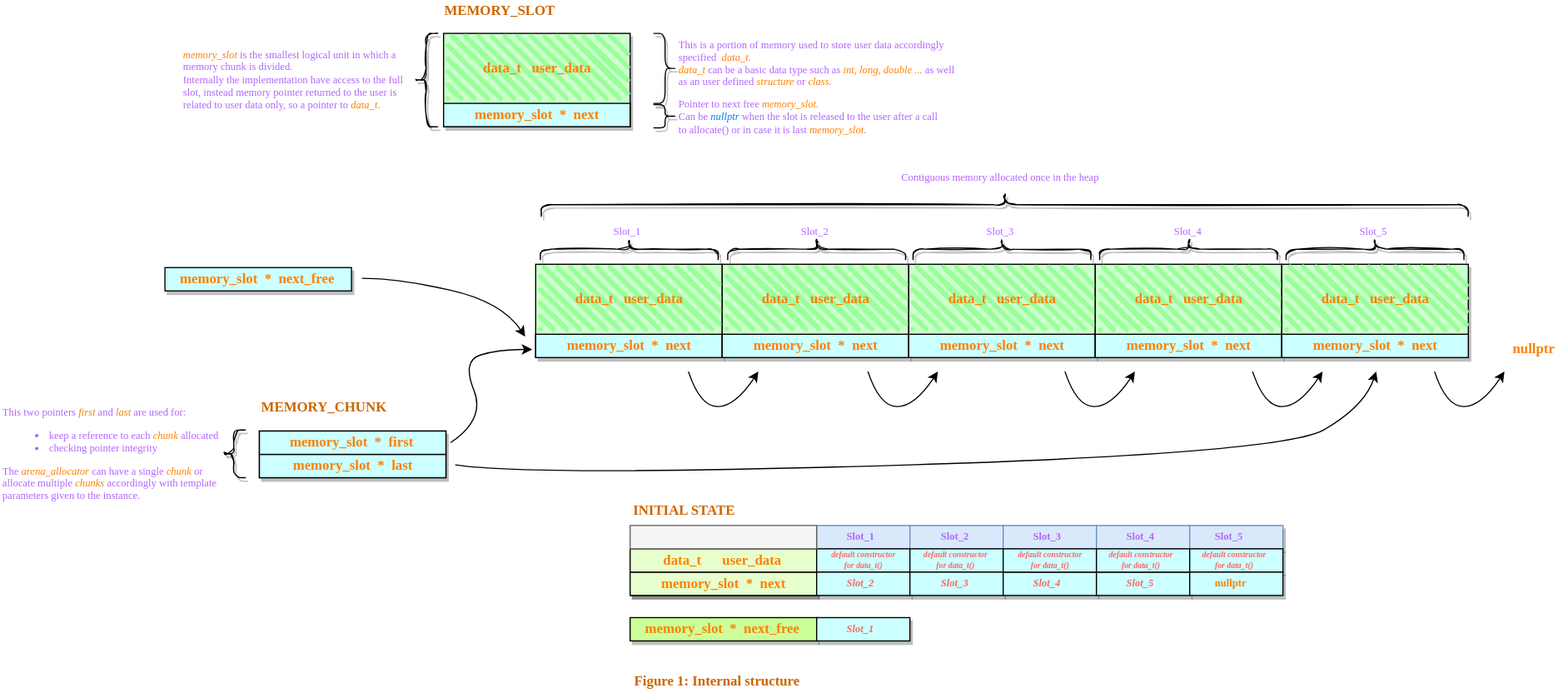
Earlier version of the draw.io export .resources/arena_allocator_initial.svg (fe-dagostino/lock-free). Source tidied: cells renumbered, new cells last; positions are measured from the earlier drawing's top-left corner, leaving out a move shared by most shapes.
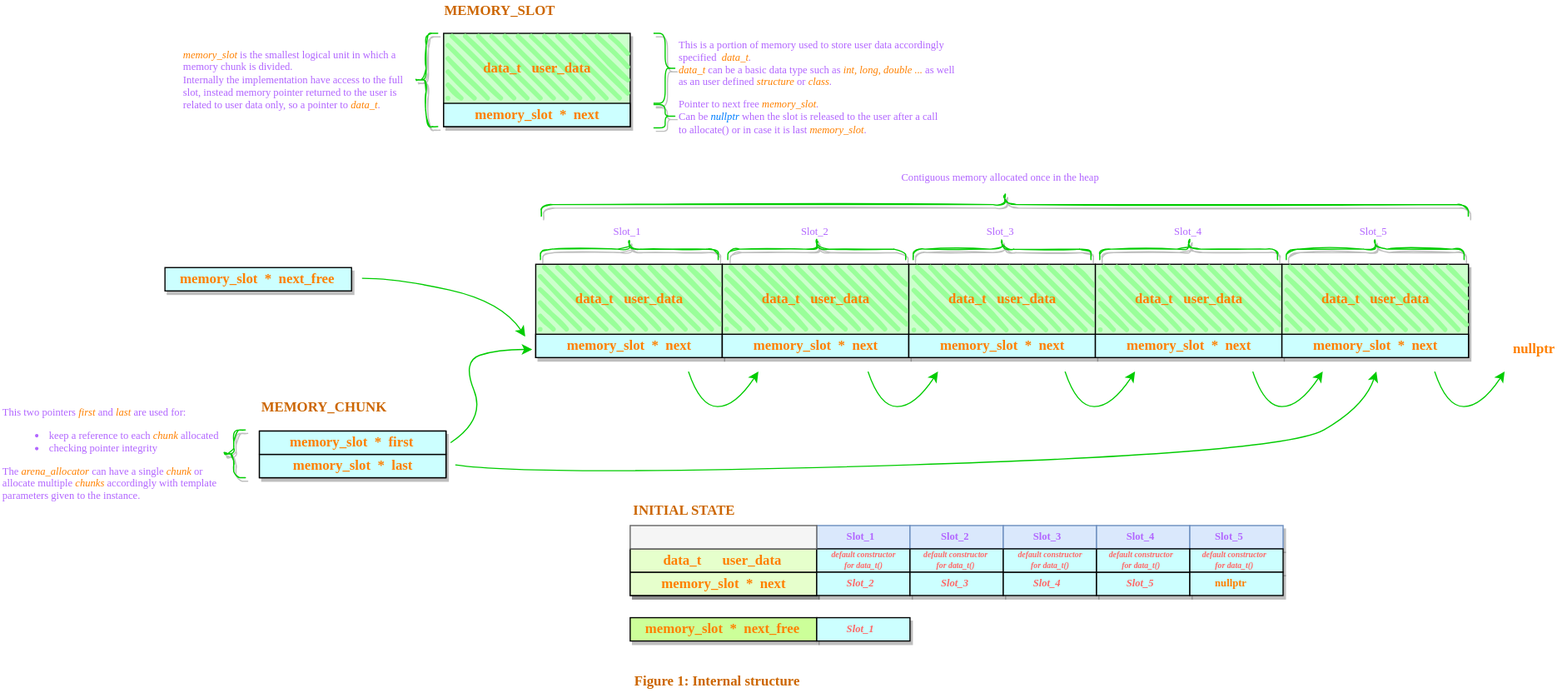
After the commit.

Commit message:
updated line color.

Change to the diagram source:
```diff
@@ -1,4 +1,4 @@
-<mxGraphModel>
+<mxGraphModel background="#4D4D4D">
   <root>
     <mxCell id="0" />
     <mxCell id="1" parent="0" />
@@ -20,16 +20,16 @@
     <mxCell id="7" value="data_t&amp;nbsp; &amp;nbsp;user_data" style="text;html=1;align=center;verticalAlign=middle;fillColor=none;strokeColor=none;rounded=0;shadow=1;glass=0;sketch=0;fontSize=12;fontColor=#FF8000;fontFamily=Verdana;fontStyle=1;" parent="1" vertex="1">
       <mxGeometry x="405" y="270.8" width="110" height="20" as="geometry" />
     </mxCell>
-    <mxCell id="8" style="shape=curlyBracket;whiteSpace=wrap;html=1;rounded=1;flipH=1;shadow=1;glass=0;labelBackgroundColor=none;sketch=0;fontFamily=Verdana;fontSize=12;fontColor=#FF8000;strokeWidth=1;fillColor=#CCFFFF;" parent="1" vertex="1">
+    <mxCell id="8" style="shape=curlyBracket;whiteSpace=wrap;html=1;rounded=1;flipH=1;shadow=1;glass=0;labelBackgroundColor=none;sketch=0;fontFamily=Verdana;fontSize=12;fontColor=#FF8000;strokeWidth=1;fillColor=#CCFFFF;strokeColor=#00CC00;" parent="1" vertex="1">
       <mxGeometry x="560" y="251" width="20" height="60" as="geometry" />
     </mxCell>
-    <mxCell id="9" style="shape=curlyBracket;whiteSpace=wrap;html=1;rounded=1;flipH=1;shadow=1;glass=0;labelBackgroundColor=none;sketch=0;fontFamily=Verdana;fontSize=12;fontColor=#FF8000;strokeWidth=1;fillColor=#CCFFFF;" parent="1" vertex="1">
+    <mxCell id="9" style="shape=curlyBracket;whiteSpace=wrap;html=1;rounded=1;flipH=1;shadow=1;glass=0;labelBackgroundColor=none;sketch=0;fontFamily=Verdana;fontSize=12;fontColor=#FF8000;strokeWidth=1;fillColor=#CCFFFF;strokeColor=#00CC00;" parent="1" vertex="1">
       <mxGeometry x="560" y="312" width="20" height="20" as="geometry" />
     </mxCell>
     <mxCell id="10" value="Pointer to next free &lt;font style=&quot;font-style: italic;&quot; color=&quot;#ff8000&quot;&gt;memory_slot&lt;/font&gt;&lt;i&gt;. &lt;/i&gt;&lt;br&gt;&lt;div style=&quot;&quot;&gt;&lt;span style=&quot;background-color: initial;&quot;&gt;Can be&lt;/span&gt;&lt;span style=&quot;background-color: initial;&quot;&gt;&amp;nbsp;&lt;font color=&quot;#007fff&quot;&gt;&lt;i&gt;nullptr&lt;/i&gt;&lt;/font&gt; when the slot is released to the user after a&amp;nbsp;&lt;/span&gt;&lt;span style=&quot;background-color: initial;&quot;&gt;call&amp;nbsp;&lt;/span&gt;&lt;/div&gt;&lt;div style=&quot;&quot;&gt;&lt;span style=&quot;background-color: initial;&quot;&gt;to allocate() or in case it is last &lt;/span&gt;&lt;i style=&quot;background-color: initial;&quot;&gt;&lt;font color=&quot;#ff8000&quot;&gt;memory_slot&lt;/font&gt;&lt;/i&gt;&lt;span style=&quot;background-color: initial;&quot;&gt;.&lt;/span&gt;&lt;/div&gt;" style="text;html=1;align=left;verticalAlign=middle;fillColor=none;strokeColor=none;rounded=0;shadow=1;glass=0;labelBackgroundColor=none;sketch=1;fontFamily=Verdana;fontSize=9;fontColor=#B266FF;" parent="1" vertex="1">
       <mxGeometry x="580" y="302.8" width="240" height="40" as="geometry" />
     </mxCell>
-    <mxCell id="11" style="shape=curlyBracket;whiteSpace=wrap;html=1;rounded=1;shadow=1;glass=0;labelBackgroundColor=none;sketch=1;fontFamily=Verdana;fontSize=9;fontColor=#FF8000;strokeWidth=1;fillColor=#99FF99;" parent="1" vertex="1">
+    <mxCell id="11" style="shape=curlyBracket;whiteSpace=wrap;html=1;rounded=1;shadow=1;glass=0;labelBackgroundColor=none;sketch=1;fontFamily=Verdana;fontSize=9;fontColor=#FF8000;strokeWidth=1;fillColor=#99FF99;strokeColor=#00CC00;" parent="1" vertex="1">
       <mxGeometry x="355" y="251" width="20" height="80" as="geometry" />
     </mxCell>
     <mxCell id="12" value="This is a portion of memory used to store user data accordingly &lt;br&gt;specified&amp;nbsp; &lt;font style=&quot;font-style: italic;&quot; color=&quot;#ff8000&quot;&gt;data_t&lt;/font&gt;&lt;i&gt;. &lt;/i&gt;&lt;br&gt;&lt;span style=&quot;color: rgb(255, 128, 0); font-style: italic;&quot;&gt;data_t&amp;nbsp;&lt;/span&gt;&lt;span style=&quot;background-color: initial;&quot;&gt;can be a basic data type such as &lt;font color=&quot;#ff8000&quot;&gt;&lt;i&gt;int, long, double ...&lt;/i&gt;&lt;/font&gt; as well &lt;br&gt;as an user defined &lt;/span&gt;&lt;i style=&quot;background-color: initial;&quot;&gt;&lt;font color=&quot;#ff8000&quot;&gt;structure&lt;/font&gt;&lt;/i&gt;&lt;span style=&quot;background-color: initial;&quot;&gt;&amp;nbsp;&lt;/span&gt;&lt;span style=&quot;background-color: initial;&quot;&gt;or &lt;i&gt;&lt;font color=&quot;#ff8000&quot;&gt;class&lt;/font&gt;&lt;/i&gt;&lt;/span&gt;&lt;span style=&quot;background-color: initial;&quot;&gt;.&lt;/span&gt;&lt;span style=&quot;background-color: initial;&quot;&gt;&lt;br&gt;&lt;/span&gt;" style="text;html=1;align=left;verticalAlign=middle;fillColor=none;strokeColor=none;rounded=0;shadow=1;glass=0;labelBackgroundColor=none;sketch=1;fontFamily=Verdana;fontSize=9;fontColor=#B266FF;" parent="1" vertex="1">
@@ -113,7 +113,7 @@
     <mxCell id="38" value="data_t&amp;nbsp; &amp;nbsp;user_data" style="text;html=1;align=center;verticalAlign=middle;fillColor=none;strokeColor=none;rounded=0;shadow=1;glass=0;sketch=0;fontSize=12;fontColor=#FF8000;fontFamily=Verdana;fontStyle=1;" parent="1" vertex="1">
       <mxGeometry x="1124" y="468.8" width="110" height="20" as="geometry" />
     </mxCell>
-    <mxCell id="39" style="shape=curlyBracket;whiteSpace=wrap;html=1;rounded=1;shadow=1;glass=0;labelBackgroundColor=none;sketch=1;fontFamily=Verdana;fontSize=9;fontColor=#FF8000;strokeWidth=1;fillColor=#99FF99;rotation=90;" parent="1" vertex="1">
+    <mxCell id="39" style="shape=curlyBracket;whiteSpace=wrap;html=1;rounded=1;shadow=1;glass=0;labelBackgroundColor=none;sketch=1;fontFamily=Verdana;fontSize=9;fontColor=#FF8000;strokeWidth=1;fillColor=#99FF99;rotation=90;strokeColor=#00CC00;" parent="1" vertex="1">
       <mxGeometry x="851.3" y="0.3" width="20" height="795.1" as="geometry" />
     </mxCell>
     <mxCell id="40" style="rounded=0;whiteSpace=wrap;html=1;sketch=0;shadow=1;labelBackgroundColor=#00FF80;fillColor=#CCFFCC;" parent="1" vertex="1">
@@ -134,7 +134,7 @@
     <mxCell id="45" value="memory_slot&amp;nbsp; *&amp;nbsp; first" style="text;html=1;align=center;verticalAlign=middle;fillColor=none;strokeColor=none;rounded=0;shadow=1;glass=0;sketch=0;fontSize=12;fontColor=#FF8000;fontFamily=Verdana;fontStyle=1;" parent="1" vertex="1">
       <mxGeometry x="241" y="592" width="120" height="20" as="geometry" />
     </mxCell>
-    <mxCell id="46" style="curved=1;endArrow=classic;html=1;rounded=0;fontFamily=Verdana;fontSize=9;fontColor=#FF8000;" parent="1" edge="1">
+    <mxCell id="46" style="curved=1;endArrow=classic;html=1;rounded=0;fontFamily=Verdana;fontSize=9;fontColor=#FF8000;strokeColor=#00CC00;" parent="1" edge="1">
       <mxGeometry relative="1" as="geometry">
         <mxPoint x="386" y="602" as="sourcePoint" />
         <mxPoint x="456" y="522" as="targetPoint" />
@@ -145,7 +145,7 @@
         </Array>
       </mxGeometry>
     </mxCell>
-    <mxCell id="47" style="curved=1;endArrow=classic;html=1;rounded=0;fontFamily=Verdana;fontSize=9;fontColor=#FF8000;" parent="1" edge="1">
+    <mxCell id="47" style="curved=1;endArrow=classic;html=1;rounded=0;fontFamily=Verdana;fontSize=9;fontColor=#FF8000;strokeColor=#00CC00;" parent="1" edge="1">
       <mxGeometry relative="1" as="geometry">
         <mxPoint x="390" y="621" as="sourcePoint" />
         <mxPoint x="1180" y="541" as="targetPoint" />
@@ -165,7 +165,7 @@
     <mxCell id="50" value="memory_slot&amp;nbsp; *&amp;nbsp; next_free" style="text;html=1;align=center;verticalAlign=middle;fillColor=none;strokeColor=none;rounded=0;shadow=1;glass=0;sketch=0;fontSize=12;fontColor=#FF8000;fontFamily=Verdana;fontStyle=1;" parent="1" vertex="1">
       <mxGeometry x="145" y="451.8" width="150" height="20" as="geometry" />
     </mxCell>
-    <mxCell id="51" style="curved=1;endArrow=classic;html=1;rounded=0;fontFamily=Verdana;fontSize=9;fontColor=#FF8000;" parent="1" edge="1">
+    <mxCell id="51" style="curved=1;endArrow=classic;html=1;rounded=0;fontFamily=Verdana;fontSize=9;fontColor=#FF8000;strokeColor=#00CC00;" parent="1" edge="1">
       <mxGeometry relative="1" as="geometry">
         <mxPoint x="310" y="461" as="sourcePoint" />
         <mxPoint x="450" y="511" as="targetPoint" />
@@ -175,19 +175,19 @@
         </Array>
       </mxGeometry>
     </mxCell>
-    <mxCell id="52" style="shape=curlyBracket;whiteSpace=wrap;html=1;rounded=1;shadow=1;glass=0;labelBackgroundColor=none;sketch=1;fontFamily=Verdana;fontSize=9;fontColor=#FF8000;strokeWidth=1;fillColor=#99FF99;rotation=90;" parent="1" vertex="1">
+    <mxCell id="52" style="shape=curlyBracket;whiteSpace=wrap;html=1;rounded=1;shadow=1;glass=0;labelBackgroundColor=none;sketch=1;fontFamily=Verdana;fontSize=9;fontColor=#FF8000;strokeWidth=1;fillColor=#99FF99;rotation=90;strokeColor=#00CC00;" parent="1" vertex="1">
       <mxGeometry x="530.2" y="359.8" width="18" height="152.5" as="geometry" />
     </mxCell>
-    <mxCell id="53" style="shape=curlyBracket;whiteSpace=wrap;html=1;rounded=1;shadow=1;glass=0;labelBackgroundColor=none;sketch=1;fontFamily=Verdana;fontSize=9;fontColor=#FF8000;strokeWidth=1;fillColor=#99FF99;rotation=90;" parent="1" vertex="1">
+    <mxCell id="53" style="shape=curlyBracket;whiteSpace=wrap;html=1;rounded=1;shadow=1;glass=0;labelBackgroundColor=none;sketch=1;fontFamily=Verdana;fontSize=9;fontColor=#FF8000;strokeWidth=1;fillColor=#99FF99;rotation=90;strokeColor=#00CC00;" parent="1" vertex="1">
       <mxGeometry x="691" y="359.8" width="18" height="152.5" as="geometry" />
     </mxCell>
-    <mxCell id="54" style="shape=curlyBracket;whiteSpace=wrap;html=1;rounded=1;shadow=1;glass=0;labelBackgroundColor=none;sketch=1;fontFamily=Verdana;fontSize=9;fontColor=#FF8000;strokeWidth=1;fillColor=#99FF99;rotation=90;" parent="1" vertex="1">
+    <mxCell id="54" style="shape=curlyBracket;whiteSpace=wrap;html=1;rounded=1;shadow=1;glass=0;labelBackgroundColor=none;sketch=1;fontFamily=Verdana;fontSize=9;fontColor=#FF8000;strokeWidth=1;fillColor=#99FF99;rotation=90;strokeColor=#00CC00;" parent="1" vertex="1">
       <mxGeometry x="850" y="359.8" width="18" height="152.5" as="geometry" />
     </mxCell>
-    <mxCell id="55" style="shape=curlyBracket;whiteSpace=wrap;html=1;rounded=1;shadow=1;glass=0;labelBackgroundColor=none;sketch=1;fontFamily=Verdana;fontSize=9;fontColor=#FF8000;strokeWidth=1;fillColor=#99FF99;rotation=90;" parent="1" vertex="1">
+    <mxCell id="55" style="shape=curlyBracket;whiteSpace=wrap;html=1;rounded=1;shadow=1;glass=0;labelBackgroundColor=none;sketch=1;fontFamily=Verdana;fontSize=9;fontColor=#FF8000;strokeWidth=1;fillColor=#99FF99;rotation=90;strokeColor=#00CC00;" parent="1" vertex="1">
       <mxGeometry x="1010" y="359.8" width="18" height="152.5" as="geometry" />
     </mxCell>
-    <mxCell id="56" style="shape=curlyBracket;whiteSpace=wrap;html=1;rounded=1;shadow=1;glass=0;labelBackgroundColor=none;sketch=1;fontFamily=Verdana;fontSize=9;fontColor=#FF8000;strokeWidth=1;fillColor=#99FF99;rotation=90;" parent="1" vertex="1">
+    <mxCell id="56" style="shape=curlyBracket;whiteSpace=wrap;html=1;rounded=1;shadow=1;glass=0;labelBackgroundColor=none;sketch=1;fontFamily=Verdana;fontSize=9;fontColor=#FF8000;strokeWidth=1;fillColor=#99FF99;rotation=90;strokeColor=#00CC00;" parent="1" vertex="1">
       <mxGeometry x="1170" y="359.8" width="18" height="152.5" as="geometry" />
     </mxCell>
     <mxCell id="57" value="Slot_1" style="text;html=1;align=left;verticalAlign=middle;fillColor=none;strokeColor=none;rounded=0;shadow=1;glass=0;labelBackgroundColor=none;sketch=1;fontFamily=Verdana;fontSize=9;fontColor=#B266FF;" parent="1" vertex="1">
@@ -205,7 +205,7 @@
     <mxCell id="61" value="Slot_5" style="text;html=1;align=left;verticalAlign=middle;fillColor=none;strokeColor=none;rounded=0;shadow=1;glass=0;labelBackgroundColor=none;sketch=1;fontFamily=Verdana;fontSize=9;fontColor=#B266FF;" parent="1" vertex="1">
       <mxGeometry x="1164" y="411" width="40" height="20" as="geometry" />
     </mxCell>
-    <mxCell id="62" style="curved=1;endArrow=classic;html=1;rounded=0;fontFamily=Verdana;fontSize=9;fontColor=#FF8000;" parent="1" edge="1">
+    <mxCell id="62" style="curved=1;endArrow=classic;html=1;rounded=0;fontFamily=Verdana;fontSize=9;fontColor=#FF8000;strokeColor=#00CC00;" parent="1" edge="1">
       <mxGeometry relative="1" as="geometry">
         <mxPoint x="590" y="541" as="sourcePoint" />
         <mxPoint x="650" y="541" as="targetPoint" />
@@ -215,7 +215,7 @@
         </Array>
       </mxGeometry>
     </mxCell>
-    <mxCell id="63" style="curved=1;endArrow=classic;html=1;rounded=0;fontFamily=Verdana;fontSize=9;fontColor=#FF8000;" parent="1" edge="1">
+    <mxCell id="63" style="curved=1;endArrow=classic;html=1;rounded=0;fontFamily=Verdana;fontSize=9;fontColor=#FF8000;strokeColor=#00CC00;" parent="1" edge="1">
       <mxGeometry relative="1" as="geometry">
         <mxPoint x="744" y="541" as="sourcePoint" />
         <mxPoint x="804" y="541" as="targetPoint" />
@@ -225,7 +225,7 @@
         </Array>
       </mxGeometry>
     </mxCell>
-    <mxCell id="64" style="curved=1;endArrow=classic;html=1;rounded=0;fontFamily=Verdana;fontSize=9;fontColor=#FF8000;" parent="1" edge="1">
+    <mxCell id="64" style="curved=1;endArrow=classic;html=1;rounded=0;fontFamily=Verdana;fontSize=9;fontColor=#FF8000;strokeColor=#00CC00;" parent="1" edge="1">
       <mxGeometry relative="1" as="geometry">
         <mxPoint x="913" y="541" as="sourcePoint" />
         <mxPoint x="973" y="541" as="targetPoint" />
@@ -235,7 +235,7 @@
         </Array>
       </mxGeometry>
     </mxCell>
-    <mxCell id="65" style="curved=1;endArrow=classic;html=1;rounded=0;fontFamily=Verdana;fontSize=9;fontColor=#FF8000;" parent="1" edge="1">
+    <mxCell id="65" style="curved=1;endArrow=classic;html=1;rounded=0;fontFamily=Verdana;fontSize=9;fontColor=#FF8000;strokeColor=#00CC00;" parent="1" edge="1">
       <mxGeometry relative="1" as="geometry">
         <mxPoint x="1074" y="541" as="sourcePoint" />
         <mxPoint x="1134" y="541" as="targetPoint" />
@@ -245,7 +245,7 @@
         </Array>
       </mxGeometry>
     </mxCell>
-    <mxCell id="66" style="curved=1;endArrow=classic;html=1;rounded=0;fontFamily=Verdana;fontSize=9;fontColor=#FF8000;" parent="1" edge="1">
+    <mxCell id="66" style="curved=1;endArrow=classic;html=1;rounded=0;fontFamily=Verdana;fontSize=9;fontColor=#FF8000;strokeColor=#00CC00;" parent="1" edge="1">
       <mxGeometry relative="1" as="geometry">
         <mxPoint x="1230" y="541" as="sourcePoint" />
         <mxPoint x="1290" y="541" as="targetPoint" />
@@ -381,7 +381,7 @@
     <mxCell id="108" value="memory_slot&amp;nbsp; *&amp;nbsp; next_free" style="text;html=1;align=center;verticalAlign=middle;fillColor=none;strokeColor=none;rounded=0;shadow=1;glass=0;sketch=0;fontSize=12;fontColor=#FF8000;fontFamily=Verdana;fontStyle=1;" parent="1" vertex="1">
       <mxGeometry x="544" y="751.6" width="150" height="20" as="geometry" />
     </mxCell>
-    <mxCell id="109" style="shape=curlyBracket;whiteSpace=wrap;html=1;rounded=1;shadow=1;glass=0;labelBackgroundColor=none;sketch=1;fontFamily=Verdana;fontSize=9;fontColor=#FF8000;strokeWidth=1;fillColor=#99FF99;" parent="1" vertex="1">
+    <mxCell id="109" style="shape=curlyBracket;whiteSpace=wrap;html=1;rounded=1;shadow=1;glass=0;labelBackgroundColor=none;sketch=1;fontFamily=Verdana;fontSize=9;fontColor=#FF8000;strokeWidth=1;fillColor=#99FF99;strokeColor=#00CC00;" parent="1" vertex="1">
       <mxGeometry x="190" y="591" width="20" height="41" as="geometry" />
     </mxCell>
     <mxCell id="110" value="&lt;span style=&quot;background-color: initial;&quot;&gt;This two pointers &lt;i&gt;&lt;font color=&quot;#ff8000&quot;&gt;first&lt;/font&gt;&lt;/i&gt; and &lt;i&gt;&lt;font color=&quot;#ff8000&quot;&gt;last&lt;/font&gt;&lt;/i&gt; are used for:&lt;br&gt;&lt;ul&gt;&lt;li&gt;&lt;span style=&quot;background-color: initial;&quot;&gt;keep a reference to each &lt;i&gt;&lt;font color=&quot;#ff8000&quot;&gt;chunk&lt;/font&gt;&lt;/i&gt; allocated&lt;/span&gt;&lt;/li&gt;&lt;li&gt;&lt;span style=&quot;background-color: initial;&quot;&gt;checking pointer integrity&lt;/span&gt;&lt;/li&gt;&lt;/ul&gt;&lt;/span&gt;&lt;span style=&quot;background-color: initial;&quot;&gt;The &lt;i&gt;&lt;font color=&quot;#ff8000&quot;&gt;arena_allocator&lt;/font&gt;&lt;/i&gt; can have a single&amp;nbsp;&lt;/span&gt;&lt;i&gt;&lt;font color=&quot;#ff8000&quot;&gt;chunk &lt;/font&gt;&lt;/i&gt;or &lt;br&gt;allocate multiple&amp;nbsp;&lt;i&gt;&lt;font color=&quot;#ff8000&quot;&gt;chunks&amp;nbsp;&lt;/font&gt;&lt;/i&gt;accordingly&amp;nbsp;&lt;span style=&quot;background-color: initial;&quot;&gt;with template &lt;br&gt;parameters given to the instance.&lt;/span&gt;" style="text;html=1;align=left;verticalAlign=middle;fillColor=none;strokeColor=none;rounded=0;shadow=1;glass=0;labelBackgroundColor=none;sketch=1;fontFamily=Verdana;fontSize=9;fontColor=#B266FF;" parent="1" vertex="1">
```
